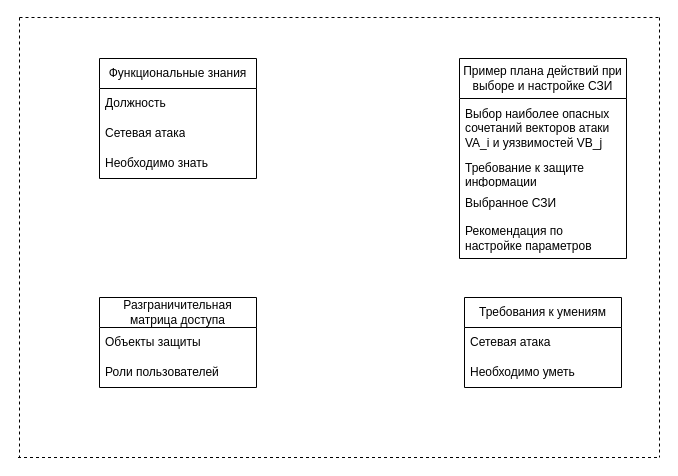
Before: Old_Shema_OPZ/(Старая схема ОПЗ) Частные инструкции.drawio in SmirnovBogdan8/Diplom, a draw.io diagram. Source tidied: cells renumbered, new cells numbered last; positions are measured from the earlier drawing's top-left corner, leaving out a move shared by most shapes. Both pictures are drawn from the tidied source at 100%, with x=0, y=0 at pixel (17, 17).
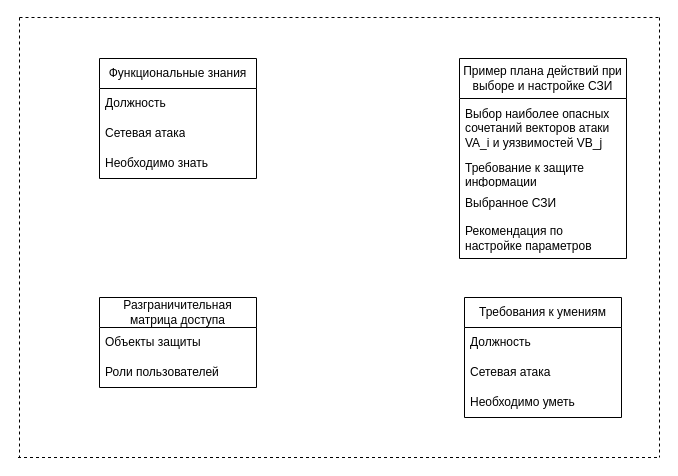
The same page after the edit.

Diff of the diagram source:
```diff
@@
     <mxCell id="18" value="Требования к умениям" style="swimlane;fontStyle=0;horizontal=1;startSize=30;whiteSpace=wrap;html=1;" parent="1" vertex="1">
-      <mxGeometry x="447" y="280" width="157" height="90" as="geometry" />
+      <mxGeometry x="447" y="280" width="157" height="120" as="geometry" />
     </mxCell>
-    <mxCell id="19" value="Сетевая атака&amp;nbsp;" style="text;strokeColor=none;fillColor=none;align=left;verticalAlign=middle;spacingLeft=4;spacingRight=4;overflow=hidden;whiteSpace=wrap;html=1;" parent="18" vertex="1">
+    <mxCell id="19" value="Должность" style="text;strokeColor=none;fillColor=none;align=left;verticalAlign=middle;spacingLeft=4;spacingRight=4;overflow=hidden;whiteSpace=wrap;html=1;" parent="18" vertex="1">
       <mxGeometry y="30" width="157" height="30" as="geometry" />
     </mxCell>
+    <mxCell id="21" value="Сетевая атака&amp;nbsp;" style="text;strokeColor=none;fillColor=none;align=left;verticalAlign=middle;spacingLeft=4;spacingRight=4;overflow=hidden;whiteSpace=wrap;html=1;" parent="18" vertex="1">
+      <mxGeometry y="60" width="157" height="30" as="geometry" />
+    </mxCell>
     <mxCell id="20" value="Необходимо уметь&amp;nbsp;" style="text;strokeColor=none;fillColor=none;align=left;verticalAlign=middle;spacingLeft=4;spacingRight=4;overflow=hidden;whiteSpace=wrap;html=1;" parent="18" vertex="1">
-      <mxGeometry y="60" width="157" height="30" as="geometry" />
+      <mxGeometry y="90" width="157" height="30" as="geometry" />
     </mxCell>
```
